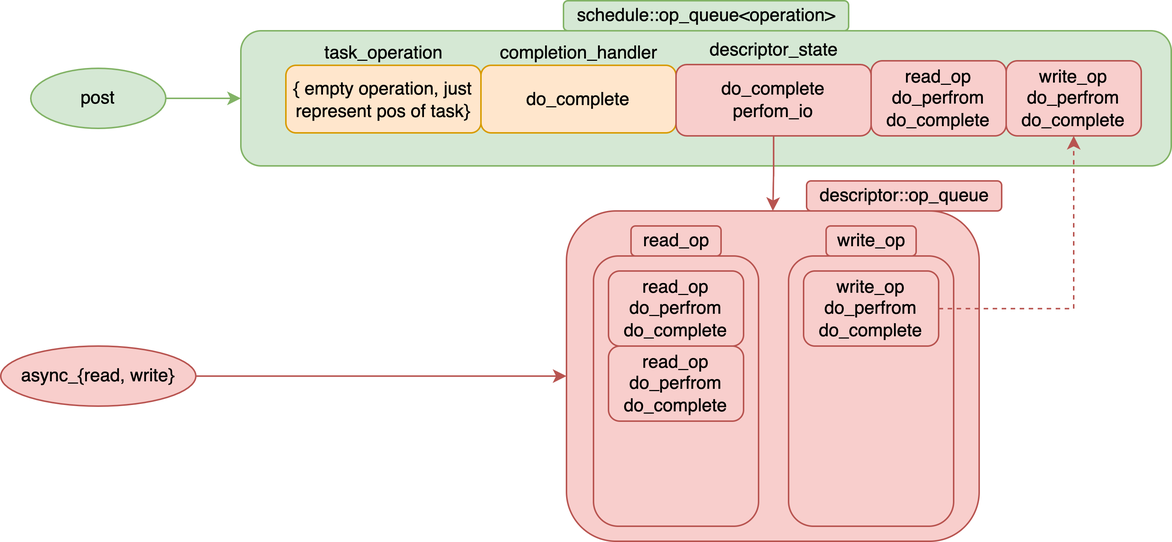
jemmy512/software-engineer keeps this draw.io diagram as OpenSource/Image/boost-asio-operations.png. Above is the earlier version. Source tidied: cells renumbered, new cells last; positions are measured from the earlier drawing's top-left corner, leaving out a move shared by most shapes.
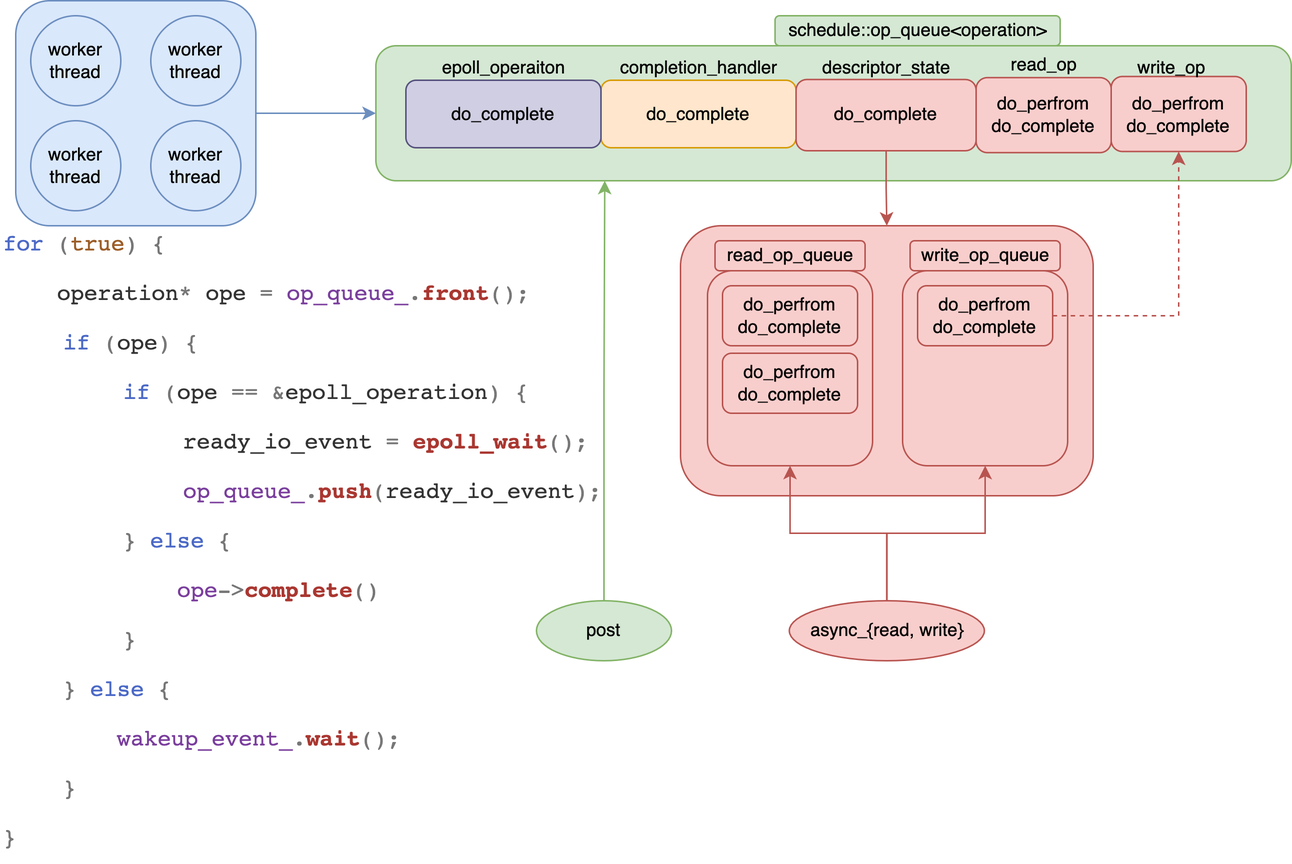
After the commit.

Change to the diagram source:
```diff
@@ -4,10 +4,16 @@
     <mxCell id="1" parent="0" />
+    <mxCell id="28" style="edgeStyle=orthogonalEdgeStyle;rounded=0;jettySize=auto;html=1;entryX=0;entryY=0.5;entryDx=0;entryDy=0;fillColor=#dae8fc;strokeColor=#6c8ebf;" parent="1" edge="1" source="29" target="3">
+      <mxGeometry relative="1" as="geometry" />
+    </mxCell>
+    <mxCell id="29" style="rounded=1;whiteSpace=wrap;html=1;fillColor=#dae8fc;strokeColor=#6c8ebf;" parent="1" vertex="1">
+      <mxGeometry x="-70" y="-10" width="160" height="150" as="geometry" />
+    </mxCell>
     <mxCell id="2" style="rounded=1;whiteSpace=wrap;html=1;" parent="1" vertex="1">
-      <mxGeometry x="395" y="165" width="120" height="60" as="geometry" />
+      <mxGeometry x="391" y="165" width="120" height="60" as="geometry" />
     </mxCell>
     <mxCell id="3" value="op_queue" style="rounded=1;whiteSpace=wrap;html=1;fillColor=#d5e8d4;strokeColor=#82b366;" parent="1" vertex="1">
-      <mxGeometry x="160" y="20" width="620" height="90" as="geometry" />
+      <mxGeometry x="170" y="20" width="610" height="90" as="geometry" />
     </mxCell>
     <mxCell id="4" style="rounded=1;whiteSpace=wrap;html=1;fillColor=#f8cecc;strokeColor=#b85450;" parent="1" vertex="1">
-      <mxGeometry x="377" y="140" width="275" height="220" as="geometry" />
+      <mxGeometry x="373" y="140" width="275" height="180" as="geometry" />
     </mxCell>
@@ -19,12 +25,9 @@
     </mxCell>
-    <mxCell id="7" value="do_complete&lt;br&gt;perfom_io" style="rounded=1;whiteSpace=wrap;html=1;fillColor=#f8cecc;strokeColor=#b85450;" parent="1" vertex="1">
-      <mxGeometry x="450" y="42.5" width="130" height="47.5" as="geometry" />
+    <mxCell id="7" value="do_complete" style="rounded=1;whiteSpace=wrap;html=1;fillColor=#f8cecc;strokeColor=#b85450;" parent="1" vertex="1">
+      <mxGeometry x="450" y="42.5" width="120" height="47.5" as="geometry" />
     </mxCell>
     <mxCell id="8" value="schedule::op_queue&amp;lt;operation&amp;gt;" style="text;html=1;align=center;verticalAlign=middle;strokeColor=#82b366;fillColor=#d5e8d4;rounded=1;" parent="1" vertex="1">
-      <mxGeometry x="375" width="190" height="20" as="geometry" />
+      <mxGeometry x="436" width="190" height="20" as="geometry" />
     </mxCell>
-    <mxCell id="9" value="descriptor::op_queue" style="text;html=1;align=center;verticalAlign=middle;strokeColor=#b85450;fillColor=#f8cecc;rounded=1;" parent="1" vertex="1">
-      <mxGeometry x="537" y="120" width="130" height="20" as="geometry" />
-    </mxCell>
-    <mxCell id="10" style="edgeStyle=orthogonalEdgeStyle;rounded=0;jettySize=auto;html=1;entryX=0;entryY=0.5;entryDx=0;entryDy=0;fillColor=#d5e8d4;strokeColor=#82b366;" parent="1" edge="1" source="11" target="3">
+    <mxCell id="10" style="edgeStyle=orthogonalEdgeStyle;rounded=0;jettySize=auto;html=1;fillColor=#d5e8d4;strokeColor=#82b366;entryX=0.25;entryY=1;entryDx=0;entryDy=0;" parent="1" edge="1" source="11" target="3">
       <mxGeometry relative="1" as="geometry" />
@@ -32,9 +35,12 @@
     <mxCell id="11" value="post" style="ellipse;whiteSpace=wrap;html=1;fillColor=#d5e8d4;strokeColor=#82b366;" parent="1" vertex="1">
-      <mxGeometry x="20" y="45" width="90" height="40" as="geometry" />
+      <mxGeometry x="277" y="390" width="90" height="40" as="geometry" />
     </mxCell>
-    <mxCell id="12" style="edgeStyle=orthogonalEdgeStyle;rounded=0;jettySize=auto;html=1;fillColor=#f8cecc;strokeColor=#b85450;" parent="1" edge="1" source="13" target="4">
+    <mxCell id="12" style="edgeStyle=orthogonalEdgeStyle;rounded=0;jettySize=auto;html=1;fillColor=#f8cecc;strokeColor=#b85450;entryX=0.5;entryY=1;entryDx=0;entryDy=0;" parent="1" edge="1" source="13" target="20">
       <mxGeometry relative="1" as="geometry" />
     </mxCell>
+    <mxCell id="30" style="edgeStyle=orthogonalEdgeStyle;rounded=0;jettySize=auto;html=1;fillColor=#f8cecc;strokeColor=#b85450;" parent="1" edge="1" source="13" target="22">
+      <mxGeometry relative="1" as="geometry" />
+    </mxCell>
     <mxCell id="13" value="async_{read, write}" style="ellipse;whiteSpace=wrap;html=1;fillColor=#f8cecc;strokeColor=#b85450;" parent="1" vertex="1">
-      <mxGeometry y="230" width="130" height="40" as="geometry" />
+      <mxGeometry x="445.5" y="390" width="130" height="40" as="geometry" />
     </mxCell>
@@ -44,36 +50,30 @@
     <mxCell id="15" value="&lt;span&gt;descriptor_state&lt;/span&gt;" style="text;html=1;align=center;verticalAlign=middle;strokeColor=none;fillColor=none;" parent="1" vertex="1">
-      <mxGeometry x="465" y="22.5" width="100" height="20" as="geometry" />
+      <mxGeometry x="460" y="25" width="100" height="20" as="geometry" />
     </mxCell>
-    <mxCell id="16" value="read_op&lt;br&gt;do_perfrom&lt;br&gt;do_complete" style="rounded=1;whiteSpace=wrap;html=1;fillColor=#f8cecc;strokeColor=#b85450;" parent="1" vertex="1">
-      <mxGeometry x="580" y="40" width="90" height="50" as="geometry" />
+    <mxCell id="16" value="do_perfrom&lt;br&gt;do_complete" style="rounded=1;whiteSpace=wrap;html=1;fillColor=#f8cecc;strokeColor=#b85450;" parent="1" vertex="1">
+      <mxGeometry x="570" y="41.2" width="90" height="50" as="geometry" />
     </mxCell>
-    <mxCell id="17" value="write_op&lt;br&gt;do_perfrom&lt;br&gt;do_complete" style="rounded=1;whiteSpace=wrap;html=1;fillColor=#f8cecc;strokeColor=#b85450;" parent="1" vertex="1">
-      <mxGeometry x="670" y="40" width="90" height="50" as="geometry" />
+    <mxCell id="17" value="do_perfrom&lt;br&gt;do_complete" style="rounded=1;whiteSpace=wrap;html=1;fillColor=#f8cecc;strokeColor=#b85450;" parent="1" vertex="1">
+      <mxGeometry x="660" y="40.5" width="90" height="50" as="geometry" />
     </mxCell>
-    <mxCell id="18" value="{ empty operation, just represent pos of task}" style="rounded=1;whiteSpace=wrap;html=1;fillColor=#ffe6cc;strokeColor=#d79b00;" parent="1" vertex="1">
-      <mxGeometry x="190" y="43" width="130" height="45" as="geometry" />
-    </mxCell>
-    <mxCell id="19" value="task_operation" style="text;html=1;align=center;verticalAlign=middle;strokeColor=none;fillColor=none;" parent="1" vertex="1">
-      <mxGeometry x="210" y="25" width="90" height="20" as="geometry" />
-    </mxCell>
     <mxCell id="20" style="rounded=1;whiteSpace=wrap;html=1;fillColor=#f8cecc;strokeColor=#b85450;" parent="1" vertex="1">
-      <mxGeometry x="395" y="170" width="110" height="180" as="geometry" />
+      <mxGeometry x="391" y="170" width="110" height="130" as="geometry" />
     </mxCell>
-    <mxCell id="21" value="read_op&lt;br&gt;do_perfrom&lt;br&gt;do_complete" style="rounded=1;whiteSpace=wrap;html=1;fillColor=#f8cecc;strokeColor=#b85450;" parent="1" vertex="1">
-      <mxGeometry x="405" y="180" width="90" height="50" as="geometry" />
+    <mxCell id="21" value="do_perfrom&lt;br&gt;do_complete" style="rounded=1;whiteSpace=wrap;html=1;fillColor=#f8cecc;strokeColor=#b85450;" parent="1" vertex="1">
+      <mxGeometry x="401" y="180" width="90" height="40" as="geometry" />
     </mxCell>
     <mxCell id="22" style="rounded=1;whiteSpace=wrap;html=1;fillColor=#f8cecc;strokeColor=#b85450;" parent="1" vertex="1">
-      <mxGeometry x="525" y="170" width="110" height="180" as="geometry" />
+      <mxGeometry x="521" y="170" width="110" height="130" as="geometry" />
     </mxCell>
-    <mxCell id="23" value="write_op&lt;br&gt;do_perfrom&lt;br&gt;do_complete" style="rounded=1;whiteSpace=wrap;html=1;fillColor=#f8cecc;strokeColor=#b85450;" parent="1" vertex="1">
-      <mxGeometry x="535" y="180" width="90" height="50" as="geometry" />
+    <mxCell id="23" value="do_perfrom&lt;br&gt;do_complete" style="rounded=1;whiteSpace=wrap;html=1;fillColor=#f8cecc;strokeColor=#b85450;" parent="1" vertex="1">
+      <mxGeometry x="531" y="180" width="90" height="40" as="geometry" />
     </mxCell>
-    <mxCell id="24" value="read_op&lt;br&gt;do_perfrom&lt;br&gt;do_complete" style="rounded=1;whiteSpace=wrap;html=1;fillColor=#f8cecc;strokeColor=#b85450;" parent="1" vertex="1">
-      <mxGeometry x="405" y="230" width="90" height="50" as="geometry" />
+    <mxCell id="24" value="do_perfrom&lt;br&gt;do_complete" style="rounded=1;whiteSpace=wrap;html=1;fillColor=#f8cecc;strokeColor=#b85450;" parent="1" vertex="1">
+      <mxGeometry x="401" y="225" width="90" height="40" as="geometry" />
     </mxCell>
-    <mxCell id="25" value="&lt;span&gt;read_op&lt;/span&gt;" style="text;html=1;align=center;verticalAlign=middle;strokeColor=#b85450;fillColor=#f8cecc;rounded=1;" parent="1" vertex="1">
-      <mxGeometry x="420" y="150" width="60" height="20" as="geometry" />
+    <mxCell id="25" value="&lt;span&gt;read_op_queue&lt;/span&gt;" style="text;html=1;align=center;verticalAlign=middle;strokeColor=#b85450;fillColor=#f8cecc;rounded=1;" parent="1" vertex="1">
+      <mxGeometry x="396" y="150" width="100" height="20" as="geometry" />
     </mxCell>
-    <mxCell id="26" value="&lt;span&gt;write_op&lt;/span&gt;" style="text;html=1;align=center;verticalAlign=middle;strokeColor=#b85450;fillColor=#f8cecc;rounded=1;" parent="1" vertex="1">
-      <mxGeometry x="550" y="150" width="60" height="20" as="geometry" />
+    <mxCell id="26" value="&lt;span&gt;write_op_queue&lt;/span&gt;" style="text;html=1;align=center;verticalAlign=middle;strokeColor=#b85450;fillColor=#f8cecc;rounded=1;" parent="1" vertex="1">
+      <mxGeometry x="526" y="150" width="100" height="20" as="geometry" />
     </mxCell>
@@ -82,2 +82,29 @@
     </mxCell>
+    <mxCell id="31" value="&lt;span&gt;read_op&lt;/span&gt;" style="text;html=1;align=center;verticalAlign=middle;strokeColor=none;fillColor=none;" parent="1" vertex="1">
+      <mxGeometry x="585" y="23" width="60" height="20" as="geometry" />
+    </mxCell>
+    <mxCell id="32" value="&lt;span&gt;write_op&lt;/span&gt;" style="text;html=1;align=center;verticalAlign=middle;strokeColor=none;fillColor=none;" parent="1" vertex="1">
+      <mxGeometry x="670" y="25" width="60" height="20" as="geometry" />
+    </mxCell>
+    <mxCell id="33" value="worker&lt;br&gt;thread" style="ellipse;whiteSpace=wrap;html=1;fillColor=#dae8fc;strokeColor=#6c8ebf;" parent="1" vertex="1">
+      <mxGeometry x="-60" width="60" height="60" as="geometry" />
+    </mxCell>
+    <mxCell id="34" value="worker&lt;br&gt;thread" style="ellipse;whiteSpace=wrap;html=1;fillColor=#dae8fc;strokeColor=#6c8ebf;" parent="1" vertex="1">
+      <mxGeometry x="20" width="60" height="60" as="geometry" />
+    </mxCell>
+    <mxCell id="35" value="worker&lt;br&gt;thread" style="ellipse;whiteSpace=wrap;html=1;fillColor=#dae8fc;strokeColor=#6c8ebf;" parent="1" vertex="1">
+      <mxGeometry x="-60" y="70" width="60" height="60" as="geometry" />
+    </mxCell>
+    <mxCell id="36" value="worker&lt;br&gt;thread" style="ellipse;whiteSpace=wrap;html=1;fillColor=#dae8fc;strokeColor=#6c8ebf;" parent="1" vertex="1">
+      <mxGeometry x="20" y="70" width="60" height="60" as="geometry" />
+    </mxCell>
+    <mxCell id="37" value="&lt;div style=&quot;font-family: &amp;#34;courier&amp;#34; , &amp;#34;menlo&amp;#34; , &amp;#34;monaco&amp;#34; , &amp;#34;courier new&amp;#34; , monospace ; font-size: 22px ; line-height: 33px&quot;&gt;&lt;div style=&quot;color: rgb(51 , 51 , 51) ; font-size: 15px&quot;&gt;&lt;div style=&quot;font-family: &amp;#34;courier&amp;#34; , &amp;#34;menlo&amp;#34; , &amp;#34;monaco&amp;#34; , &amp;#34;courier new&amp;#34; , monospace ; line-height: 33px&quot;&gt;&lt;div&gt;&lt;span style=&quot;color: rgb(75 , 105 , 198)&quot;&gt;for&lt;/span&gt; &lt;span style=&quot;color: rgb(119 , 119 , 119)&quot;&gt;(&lt;/span&gt;&lt;span style=&quot;color: rgb(156 , 93 , 39)&quot;&gt;true&lt;/span&gt;&lt;span style=&quot;color: rgb(119 , 119 , 119)&quot;&gt;)&lt;/span&gt; &lt;span style=&quot;color: rgb(119 , 119 , 119)&quot;&gt;{&lt;/span&gt;&lt;/div&gt;&lt;div&gt;&amp;nbsp; &amp;nbsp; operation&lt;span style=&quot;color: #777777&quot;&gt;*&lt;/span&gt; ope &lt;span style=&quot;color: #777777&quot;&gt;=&lt;/span&gt; &lt;span style=&quot;color: #7a3e9d&quot;&gt;op_queue_&lt;/span&gt;&lt;span style=&quot;color: #777777&quot;&gt;.&lt;/span&gt;&lt;span style=&quot;color: #aa3731 ; font-weight: bold&quot;&gt;front&lt;/span&gt;&lt;span style=&quot;color: #777777&quot;&gt;();&lt;/span&gt;&lt;/div&gt;&lt;/div&gt;&lt;/div&gt;&lt;/div&gt;&lt;blockquote style=&quot;margin: 0 0 0 40px ; border: none ; padding: 0px&quot;&gt;&lt;div style=&quot;font-family: &amp;#34;courier&amp;#34; , &amp;#34;menlo&amp;#34; , &amp;#34;monaco&amp;#34; , &amp;#34;courier new&amp;#34; , monospace ; font-size: 22px ; line-height: 33px&quot;&gt;&lt;div style=&quot;color: rgb(51 , 51 , 51) ; font-size: 15px&quot;&gt;&lt;div style=&quot;font-family: &amp;#34;courier&amp;#34; , &amp;#34;menlo&amp;#34; , &amp;#34;monaco&amp;#34; , &amp;#34;courier new&amp;#34; , monospace ; line-height: 33px&quot;&gt;&lt;div&gt;&lt;span style=&quot;color: #4b69c6&quot;&gt;if&lt;/span&gt; &lt;span style=&quot;color: #777777&quot;&gt;(&lt;/span&gt;ope&lt;span style=&quot;color: #777777&quot;&gt;)&lt;/span&gt; &lt;span style=&quot;color: #777777&quot;&gt;{&lt;/span&gt;&lt;/div&gt;&lt;/div&gt;&lt;/div&gt;&lt;/div&gt;&lt;/blockquote&gt;&lt;blockquote style=&quot;margin: 0 0 0 40px ; border: none ; padding: 0px&quot;&gt;&lt;blockquote style=&quot;margin: 0 0 0 40px ; border: none ; padding: 0px&quot;&gt;&lt;div style=&quot;font-family: &amp;#34;courier&amp;#34; , &amp;#34;menlo&amp;#34; , &amp;#34;monaco&amp;#34; , &amp;#34;courier new&amp;#34; , monospace ; font-size: 22px ; line-height: 33px&quot;&gt;&lt;div style=&quot;color: rgb(51 , 51 , 51) ; font-size: 15px&quot;&gt;&lt;div style=&quot;font-family: &amp;#34;courier&amp;#34; , &amp;#34;menlo&amp;#34; , &amp;#34;monaco&amp;#34; , &amp;#34;courier new&amp;#34; , monospace ; line-height: 33px&quot;&gt;&lt;div&gt;&lt;span style=&quot;color: #4b69c6&quot;&gt;if&lt;/span&gt; &lt;span style=&quot;color: #777777&quot;&gt;(&lt;/span&gt;ope &lt;span style=&quot;color: #777777&quot;&gt;==&lt;/span&gt; &lt;span style=&quot;color: #777777&quot;&gt;&amp;amp;&lt;/span&gt;epoll_operation&lt;span style=&quot;color: #777777&quot;&gt;)&lt;/span&gt; &lt;span style=&quot;color: #777777&quot;&gt;{&lt;/span&gt;&lt;/div&gt;&lt;/div&gt;&lt;/div&gt;&lt;/div&gt;&lt;/blockquote&gt;&lt;/blockquote&gt;&lt;blockquote style=&quot;margin: 0 0 0 40px ; border: none ; padding: 0px&quot;&gt;&lt;blockquote style=&quot;margin: 0 0 0 40px ; border: none ; padding: 0px&quot;&gt;&lt;blockquote style=&quot;margin: 0 0 0 40px ; border: none ; padding: 0px&quot;&gt;&lt;div style=&quot;font-family: &amp;#34;courier&amp;#34; , &amp;#34;menlo&amp;#34; , &amp;#34;monaco&amp;#34; , &amp;#34;courier new&amp;#34; , monospace ; font-size: 22px ; line-height: 33px&quot;&gt;&lt;div style=&quot;color: rgb(51 , 51 , 51) ; font-size: 15px&quot;&gt;&lt;div style=&quot;font-family: &amp;#34;courier&amp;#34; , &amp;#34;menlo&amp;#34; , &amp;#34;monaco&amp;#34; , &amp;#34;courier new&amp;#34; , monospace ; line-height: 33px&quot;&gt;&lt;div&gt;            ready_io_event &lt;span style=&quot;color: #777777&quot;&gt;=&lt;/span&gt; &lt;span style=&quot;color: #aa3731 ; font-weight: bold&quot;&gt;epoll_wait&lt;/span&gt;&lt;span style=&quot;color: #777777&quot;&gt;();&lt;/span&gt;&lt;/div&gt;&lt;/div&gt;&lt;/div&gt;&lt;/div&gt;&lt;/blockquote&gt;&lt;/blockquote&gt;&lt;blockquote style=&quot;margin: 0 0 0 40px ; border: none ; padding: 0px&quot;&gt;&lt;blockquote style=&quot;margin: 0 0 0 40px ; border: none ; padding: 0px&quot;&gt;&lt;div style=&quot;font-family: &amp;#34;courier&amp;#34; , &amp;#34;menlo&amp;#34; , &amp;#34;monaco&amp;#34; , &amp;#34;courier new&amp;#34; , monospace ; font-size: 22px ; line-height: 33px&quot;&gt;&lt;div style=&quot;color: rgb(51 , 51 , 51) ; font-size: 15px&quot;&gt;&lt;div style=&quot;font-family: &amp;#34;courier&amp;#34; , &amp;#34;menlo&amp;#34; , &amp;#34;monaco&amp;#34; , &amp;#34;courier new&amp;#34; , monospace ; line-height: 33px&quot;&gt;&lt;div&gt;&lt;span style=&quot;color: #7a3e9d&quot;&gt;op_queue_&lt;/span&gt;&lt;span style=&quot;color: #777777&quot;&gt;.&lt;/span&gt;&lt;span style=&quot;color: #aa3731 ; font-weight: bold&quot;&gt;push&lt;/span&gt;&lt;span style=&quot;color: #777777&quot;&gt;(&lt;/span&gt;ready_io_event&lt;span style=&quot;color: #777777&quot;&gt;);&lt;/span&gt;&lt;/div&gt;&lt;/div&gt;&lt;/div&gt;&lt;/div&gt;&lt;/blockquote&gt;&lt;/blockquote&gt;&lt;/blockquote&gt;&lt;blockquote style=&quot;margin: 0 0 0 40px ; border: none ; padding: 0px&quot;&gt;&lt;blockquote style=&quot;margin: 0 0 0 40px ; border: none ; padding: 0px&quot;&gt;&lt;div style=&quot;font-family: &amp;#34;courier&amp;#34; , &amp;#34;menlo&amp;#34; , &amp;#34;monaco&amp;#34; , &amp;#34;courier new&amp;#34; , monospace ; font-size: 22px ; line-height: 33px&quot;&gt;&lt;div style=&quot;color: rgb(51 , 51 , 51) ; font-size: 15px&quot;&gt;&lt;div style=&quot;font-family: &amp;#34;courier&amp;#34; , &amp;#34;menlo&amp;#34; , &amp;#34;monaco&amp;#34; , &amp;#34;courier new&amp;#34; , monospace ; line-height: 33px&quot;&gt;&lt;div&gt;&lt;span style=&quot;color: #777777&quot;&gt;}&lt;/span&gt; &lt;span style=&quot;color: #4b69c6&quot;&gt;else&lt;/span&gt; &lt;span style=&quot;color: #777777&quot;&gt;{&lt;/span&gt;&lt;/div&gt;&lt;/div&gt;&lt;/div&gt;&lt;/div&gt;&lt;/blockquote&gt;&lt;blockquote style=&quot;margin: 0 0 0 40px ; border: none ; padding: 0px&quot;&gt;&lt;div style=&quot;font-family: &amp;#34;courier&amp;#34; , &amp;#34;menlo&amp;#34; , &amp;#34;monaco&amp;#34; , &amp;#34;courier new&amp;#34; , monospace ; font-size: 22px ; line-height: 33px&quot;&gt;&lt;div style=&quot;color: rgb(51 , 51 , 51) ; font-size: 15px&quot;&gt;&lt;div style=&quot;font-family: &amp;#34;courier&amp;#34; , &amp;#34;menlo&amp;#34; , &amp;#34;monaco&amp;#34; , &amp;#34;courier new&amp;#34; , monospace ; line-height: 33px&quot;&gt;&lt;div&gt;&lt;span style=&quot;color: #7a3e9d&quot;&gt;&amp;nbsp; &amp;nbsp; ope&lt;/span&gt;&lt;span style=&quot;color: #777777&quot;&gt;-&amp;gt;&lt;/span&gt;&lt;span style=&quot;color: #aa3731 ; font-weight: bold&quot;&gt;complete&lt;/span&gt;&lt;span style=&quot;color: #777777&quot;&gt;()&lt;/span&gt;&lt;/div&gt;&lt;/div&gt;&lt;/div&gt;&lt;/div&gt;&lt;/blockquote&gt;&lt;blockquote style=&quot;margin: 0 0 0 40px ; border: none ; padding: 0px&quot;&gt;&lt;div style=&quot;font-family: &amp;#34;courier&amp;#34; , &amp;#34;menlo&amp;#34; , &amp;#34;monaco&amp;#34; , &amp;#34;courier new&amp;#34; , monospace ; font-size: 22px ; line-height: 33px&quot;&gt;&lt;div style=&quot;color: rgb(51 , 51 , 51) ; font-size: 15px&quot;&gt;&lt;div style=&quot;font-family: &amp;#34;courier&amp;#34; , &amp;#34;menlo&amp;#34; , &amp;#34;monaco&amp;#34; , &amp;#34;courier new&amp;#34; , monospace ; line-height: 33px&quot;&gt;&lt;div&gt;&lt;span style=&quot;color: rgb(119 , 119 , 119)&quot;&gt;}&lt;/span&gt;&lt;/div&gt;&lt;/div&gt;&lt;/div&gt;&lt;/div&gt;&lt;/blockquote&gt;&lt;/blockquote&gt;&lt;blockquote style=&quot;margin: 0 0 0 40px ; border: none ; padding: 0px&quot;&gt;&lt;div style=&quot;font-family: &amp;#34;courier&amp;#34; , &amp;#34;menlo&amp;#34; , &amp;#34;monaco&amp;#34; , &amp;#34;courier new&amp;#34; , monospace ; font-size: 22px ; line-height: 33px&quot;&gt;&lt;div style=&quot;font-size: 15px&quot;&gt;&lt;div style=&quot;font-family: &amp;#34;courier&amp;#34; , &amp;#34;menlo&amp;#34; , &amp;#34;monaco&amp;#34; , &amp;#34;courier new&amp;#34; , monospace ; line-height: 33px&quot;&gt;&lt;div style=&quot;color: rgb(51 , 51 , 51)&quot;&gt;&lt;span style=&quot;color: #777777&quot;&gt;}&lt;/span&gt; &lt;span style=&quot;color: #4b69c6&quot;&gt;else&lt;/span&gt; &lt;span style=&quot;color: #777777&quot;&gt;{&lt;/span&gt;&lt;/div&gt;&lt;div&gt;&lt;font color=&quot;#777777&quot;&gt;&amp;nbsp; &amp;nbsp;&amp;nbsp;&lt;/font&gt;&lt;span style=&quot;color: rgb(122 , 62 , 157)&quot;&gt;wakeup_event_&lt;/span&gt;&lt;span style=&quot;color: rgb(119 , 119 , 119)&quot;&gt;.&lt;/span&gt;&lt;span style=&quot;color: rgb(170 , 55 , 49) ; font-weight: bold&quot;&gt;wait&lt;/span&gt;&lt;span style=&quot;color: rgb(119 , 119 , 119)&quot;&gt;();&lt;/span&gt;&lt;/div&gt;&lt;/div&gt;&lt;/div&gt;&lt;/div&gt;&lt;div style=&quot;font-family: &amp;#34;courier&amp;#34; , &amp;#34;menlo&amp;#34; , &amp;#34;monaco&amp;#34; , &amp;#34;courier new&amp;#34; , monospace ; font-size: 22px ; line-height: 33px&quot;&gt;&lt;div style=&quot;color: rgb(51 , 51 , 51) ; font-size: 15px&quot;&gt;&lt;div style=&quot;font-family: &amp;#34;courier&amp;#34; , &amp;#34;menlo&amp;#34; , &amp;#34;monaco&amp;#34; , &amp;#34;courier new&amp;#34; , monospace ; line-height: 33px&quot;&gt;&lt;div&gt;&lt;span style=&quot;color: rgb(119 , 119 , 119)&quot;&gt;}&lt;/span&gt;&lt;/div&gt;&lt;/div&gt;&lt;/div&gt;&lt;/div&gt;&lt;/blockquote&gt;&lt;div style=&quot;font-family: &amp;#34;courier&amp;#34; , &amp;#34;menlo&amp;#34; , &amp;#34;monaco&amp;#34; , &amp;#34;courier new&amp;#34; , monospace ; font-size: 22px ; line-height: 33px&quot;&gt;&lt;div style=&quot;color: rgb(51 , 51 , 51) ; font-size: 15px&quot;&gt;&lt;div style=&quot;font-family: &amp;#34;courier&amp;#34; , &amp;#34;menlo&amp;#34; , &amp;#34;monaco&amp;#34; , &amp;#34;courier new&amp;#34; , monospace ; line-height: 33px&quot;&gt;&lt;div&gt;&lt;span style=&quot;color: rgb(119 , 119 , 119)&quot;&gt;}&lt;/span&gt;&lt;/div&gt;&lt;/div&gt;&lt;/div&gt;&lt;/div&gt;" style="text;html=1;strokeColor=none;fillColor=none;align=left;verticalAlign=middle;whiteSpace=wrap;rounded=0;" parent="1" vertex="1">
+      <mxGeometry x="-80" y="140" width="420" height="420" as="geometry" />
+    </mxCell>
+    <mxCell id="38" value="do_complete" style="rounded=1;whiteSpace=wrap;html=1;fillColor=#d0cee2;strokeColor=#56517e;" parent="1" vertex="1">
+      <mxGeometry x="190" y="43" width="130" height="45" as="geometry" />
+    </mxCell>
+    <mxCell id="39" value="epoll_operaiton" style="text;html=1;align=center;verticalAlign=middle;strokeColor=none;fillColor=none;" parent="1" vertex="1">
+      <mxGeometry x="205" y="25" width="100" height="20" as="geometry" />
+    </mxCell>
   </root>
```
